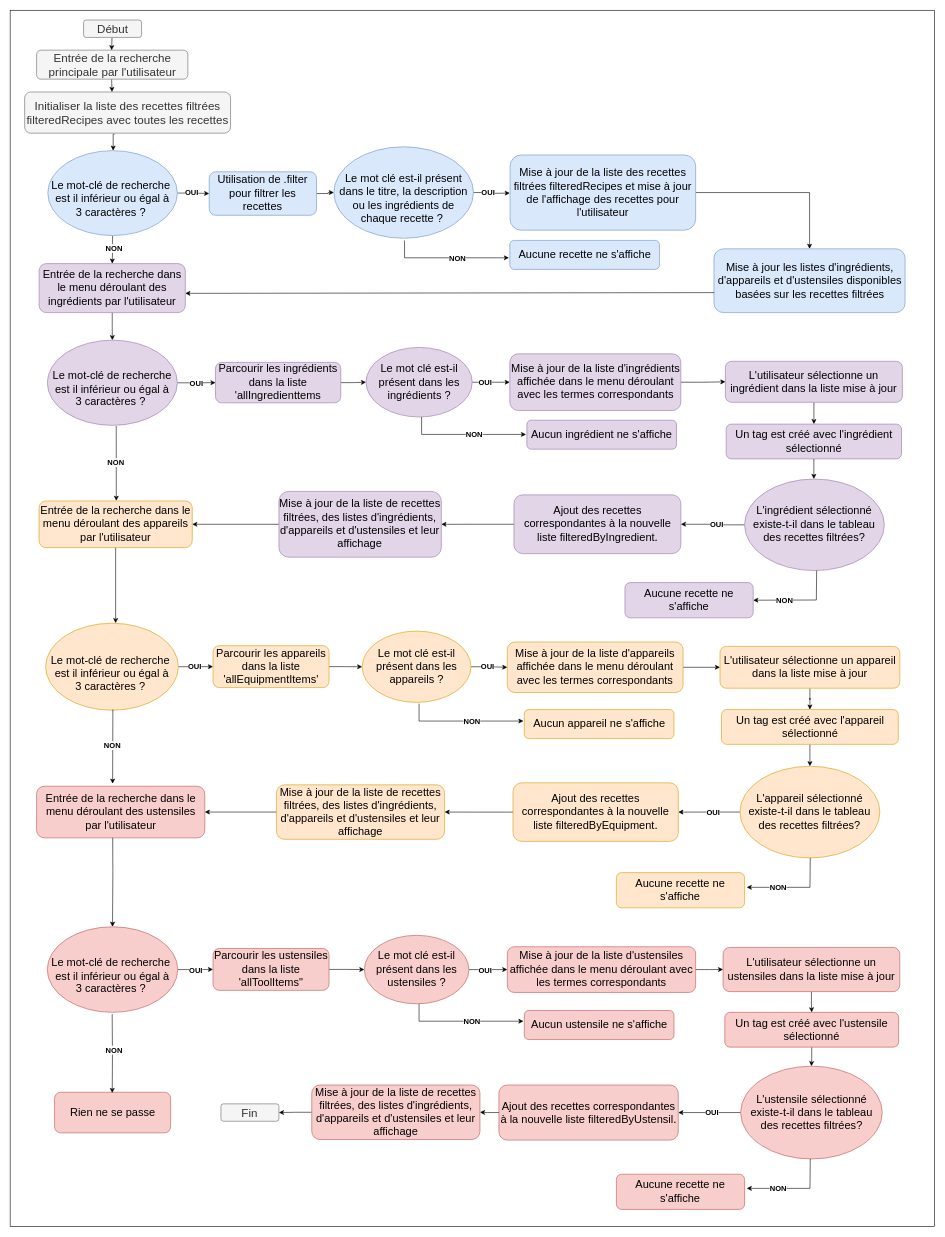
Earlier version of the draw.io diagram algorigramme_method.drawio (inesder/Les_petits_plats). Source tidied: cells renumbered, new cells numbered last; positions are measured from the earlier drawing's top-left corner, leaving out a move shared by most shapes. Both pictures are drawn from the tidied source at 58%, with x=0, y=0 at pixel (10, 10).
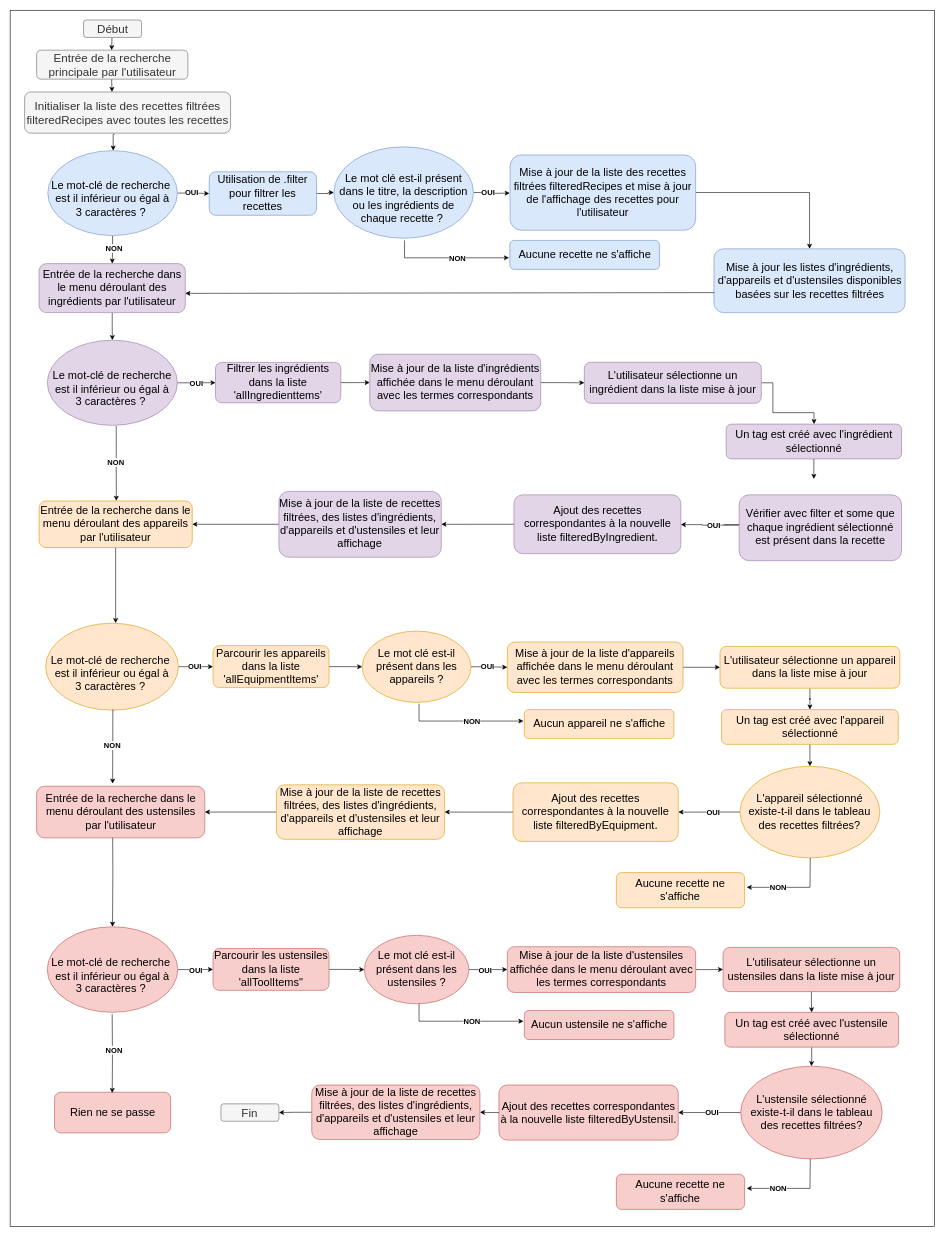
Above is the later version.

Commit message (it also covers changes not shown here):
Mettre à jour algorigramme_method.drawio

Unchanged cells that the change refers to:
```xml
<mxCell id="39" value="&lt;font style=&quot;font-size: 19px;&quot;&gt;Un tag est créé avec l'ingrédient sélectionné&lt;/font&gt;" style="rounded=1;whiteSpace=wrap;html=1;fillColor=#e1d5e7;strokeColor=#9673a6;" parent="1" vertex="1">
  <mxGeometry x="1234.5" y="713.7" width="302.3" height="60" as="geometry" />
</mxCell>
<mxCell id="44" value="&lt;font style=&quot;font-size: 19px;&quot;&gt;Ajout des recettes correspondantes à la nouvelle liste filteredByIngredient&lt;font style=&quot;font-size: 19px;&quot;&gt;&lt;span style=&quot;font-family: ui-sans-serif, -apple-system, system-ui, &amp;quot;Segoe UI&amp;quot;, Roboto, Ubuntu, Cantarell, &amp;quot;Noto Sans&amp;quot;, sans-serif, Helvetica, &amp;quot;Apple Color Emoji&amp;quot;, Arial, &amp;quot;Segoe UI Emoji&amp;quot;, &amp;quot;Segoe UI Symbol&amp;quot;; text-align: left; white-space-collapse: preserve;&quot;&gt;.&lt;/span&gt;&lt;/font&gt;&lt;/font&gt;" style="rounded=1;whiteSpace=wrap;html=1;fillColor=#e1d5e7;strokeColor=#9673a6;" parent="1" vertex="1">
  <mxGeometry x="868.6" y="835.7" width="287.8" height="101.3" as="geometry" />
</mxCell>
```

Change to the diagram source:
```diff
@@
-    <mxCell id="29" style="edgeStyle=orthogonalEdgeStyle;rounded=0;jettySize=auto;html=1;" parent="1" edge="1" source="30" target="33">
+    <mxCell id="29" style="edgeStyle=orthogonalEdgeStyle;rounded=0;jettySize=auto;html=1;entryX=0;entryY=0.5;entryDx=0;entryDy=0;" parent="1" edge="1" source="30" target="35">
       <mxGeometry relative="1" as="geometry" />
     </mxCell>
-    <mxCell id="30" value="&lt;font style=&quot;font-size: 19px;&quot;&gt;Parcourir les ingrédients dans la liste 'allIngredienttems&lt;/font&gt;" style="rounded=1;whiteSpace=wrap;html=1;fillColor=#e1d5e7;strokeColor=#9673a6;" parent="1" vertex="1">
+    <mxCell id="30" value="&lt;font style=&quot;font-size: 19px;&quot;&gt;Filtrer les ingrédients dans la liste 'allIngredienttems'&lt;/font&gt;" style="rounded=1;whiteSpace=wrap;html=1;fillColor=#e1d5e7;strokeColor=#9673a6;" parent="1" vertex="1">
       <mxGeometry x="354.1" y="607.3" width="215.9" height="69.7" as="geometry" />
     </mxCell>
-    <mxCell id="31" style="edgeStyle=orthogonalEdgeStyle;rounded=0;jettySize=auto;html=1;" parent="1" edge="1" source="33" target="35">
-      <mxGeometry relative="1" as="geometry" />
-    </mxCell>
-    <mxCell id="32" value="OUI" style="edgeLabel;html=1;align=center;verticalAlign=middle;fontSize=13;fontStyle=1;" parent="31" vertex="1">
-      <mxGeometry x="-0.46" y="2" relative="1" as="geometry">
-        <mxPoint x="5" y="1" as="offset" />
-      </mxGeometry>
-    </mxCell>
-    <mxCell id="33" value="&lt;font style=&quot;font-size: 19px;&quot;&gt;Le mot clé est-il présent dans les ingrédients ?&lt;/font&gt;" style="ellipse;whiteSpace=wrap;html=1;fillColor=#e1d5e7;strokeColor=#9673a6;" parent="1" vertex="1">
-      <mxGeometry x="613.6" y="581.5" width="183.1" height="120" as="geometry" />
-    </mxCell>
@@
     <mxCell id="35" value="&lt;font style=&quot;font-size: 19px;&quot;&gt;Mise à jour de la liste d'ingrédients affichée dans le menu déroulant avec les termes correspondants&lt;/font&gt;" style="rounded=1;whiteSpace=wrap;html=1;fillColor=#e1d5e7;strokeColor=#9673a6;" parent="1" vertex="1">
-      <mxGeometry x="861.5" y="592.6" width="294.8" height="97.7" as="geometry" />
+      <mxGeometry x="620" y="593.3" width="294.8" height="97.7" as="geometry" />
     </mxCell>
     <mxCell id="36" style="edgeStyle=orthogonalEdgeStyle;rounded=0;jettySize=auto;html=1;" parent="1" edge="1" source="37" target="39">
-      <mxGeometry relative="1" as="geometry" />
+      <mxGeometry relative="1" as="geometry">
+        <Array as="points">
+          <mxPoint x="1315" y="642" />
+          <mxPoint x="1315" y="694" />
+          <mxPoint x="1386" y="694" />
+        </Array>
+      </mxGeometry>
     </mxCell>
     <mxCell id="37" value="&lt;font style=&quot;font-size: 19px;&quot;&gt;L'utilisateur sélectionne un ingrédient dans la liste mise à jour&lt;/font&gt;" style="rounded=1;whiteSpace=wrap;html=1;fillColor=#e1d5e7;strokeColor=#9673a6;" parent="1" vertex="1">
-      <mxGeometry x="1233.2" y="605.4" width="305.1" height="70.7" as="geometry" />
+      <mxGeometry x="990" y="607.1" width="305.1" height="70.7" as="geometry" />
     </mxCell>
@@
-    <mxCell id="40" style="edgeStyle=orthogonalEdgeStyle;rounded=0;jettySize=auto;html=1;" parent="1" edge="1" source="42" target="44">
-      <mxGeometry relative="1" as="geometry" />
+    <mxCell id="40" style="edgeStyle=orthogonalEdgeStyle;rounded=0;orthogonalLoop=1;jettySize=auto;html=1;" parent="1" edge="1">
+      <mxGeometry relative="1" as="geometry">
+        <mxPoint x="1230" y="887" as="sourcePoint" />
+        <mxPoint x="1156.3" y="887" as="targetPoint" />
+        <Array as="points">
+          <mxPoint x="1260" y="887" />
+          <mxPoint x="1260" y="888" />
+          <mxPoint x="1193" y="888" />
+          <mxPoint x="1193" y="887" />
+        </Array>
+      </mxGeometry>
     </mxCell>
     <mxCell id="41" value="OUI" style="edgeLabel;html=1;align=center;verticalAlign=middle;fontSize=13;fontStyle=1;" parent="40" vertex="1">
       <mxGeometry x="-0.23" y="-3" relative="1" as="geometry">
-        <mxPoint x="-6" y="2" as="offset" />
+        <mxPoint x="-27" y="2" as="offset" />
       </mxGeometry>
     </mxCell>
-    <mxCell id="42" value="&lt;font style=&quot;font-size: 19px;&quot;&gt;L'ingrédient sélectionné existe-t-il dans le tableau des recettes filtrées?&lt;/font&gt;" style="ellipse;whiteSpace=wrap;html=1;fillColor=#e1d5e7;strokeColor=#9673a6;" parent="1" vertex="1">
-      <mxGeometry x="1266.2" y="808.4" width="241" height="157.9" as="geometry" />
-    </mxCell>
@@
-    <mxCell id="104" style="endArrow=classic;html=1;rounded=0;" parent="1" edge="1">
-      <mxGeometry relative="1" as="geometry">
-        <mxPoint x="709.4" y="701.5" as="sourcePoint" />
-        <mxPoint x="889.4" y="731.5" as="targetPoint" />
-        <Array as="points">
-          <mxPoint x="709.4" y="731.5" />
-        </Array>
-      </mxGeometry>
-    </mxCell>
-    <mxCell id="105" value="&lt;font style=&quot;font-size: 13px;&quot;&gt;&lt;b&gt;NON&lt;/b&gt;&lt;/font&gt;" style="edgeLabel;html=1;align=center;verticalAlign=middle;" parent="104" vertex="1">
-      <mxGeometry x="0.14" y="-2" relative="1" as="geometry">
-        <mxPoint y="-2" as="offset" />
-      </mxGeometry>
-    </mxCell>
-    <mxCell id="106" value="&lt;span style=&quot;font-size: 19px;&quot;&gt;Aucun ingrédient ne s'affiche&lt;/span&gt;" style="rounded=1;whiteSpace=wrap;html=1;fillColor=#e1d5e7;strokeColor=#9673a6;" parent="1" vertex="1">
-      <mxGeometry x="890.9" y="707" width="258" height="50" as="geometry" />
-    </mxCell>
@@
-    <mxCell id="113" style="endArrow=classic;html=1;rounded=0;entryX=1;entryY=0.5;entryDx=0;entryDy=0;" parent="1" edge="1" target="115">
-      <mxGeometry relative="1" as="geometry">
-        <mxPoint x="1390.5" y="966.3" as="sourcePoint" />
-        <Array as="points">
-          <mxPoint x="1390" y="1017" />
-        </Array>
-      </mxGeometry>
-    </mxCell>
-    <mxCell id="114" value="&lt;font style=&quot;font-size: 13px;&quot;&gt;&lt;b&gt;NON&lt;/b&gt;&lt;/font&gt;" style="edgeLabel;html=1;align=center;verticalAlign=middle;" parent="113" vertex="1">
-      <mxGeometry x="0.31" relative="1" as="geometry">
-        <mxPoint x="-1" as="offset" />
-      </mxGeometry>
-    </mxCell>
-    <mxCell id="115" value="&lt;span style=&quot;font-size: 19px;&quot;&gt;Aucune recette ne s'affiche&lt;/span&gt;" style="rounded=1;whiteSpace=wrap;html=1;fillColor=#e1d5e7;strokeColor=#9673a6;" parent="1" vertex="1">
-      <mxGeometry x="1060" y="987" width="221.1" height="60.7" as="geometry" />
-    </mxCell>
@@
+    <mxCell id="127" value="&lt;span style=&quot;font-size: 19px;&quot;&gt;Vérifier avec filter et some que chaque ingrédient sélectionné est présent dans la recette&lt;/span&gt;" style="rounded=1;whiteSpace=wrap;html=1;fillColor=#e1d5e7;strokeColor=#9673a6;" parent="1" vertex="1">
+      <mxGeometry x="1256.9" y="835.7" width="280" height="113.5" as="geometry" />
+    </mxCell>
```
